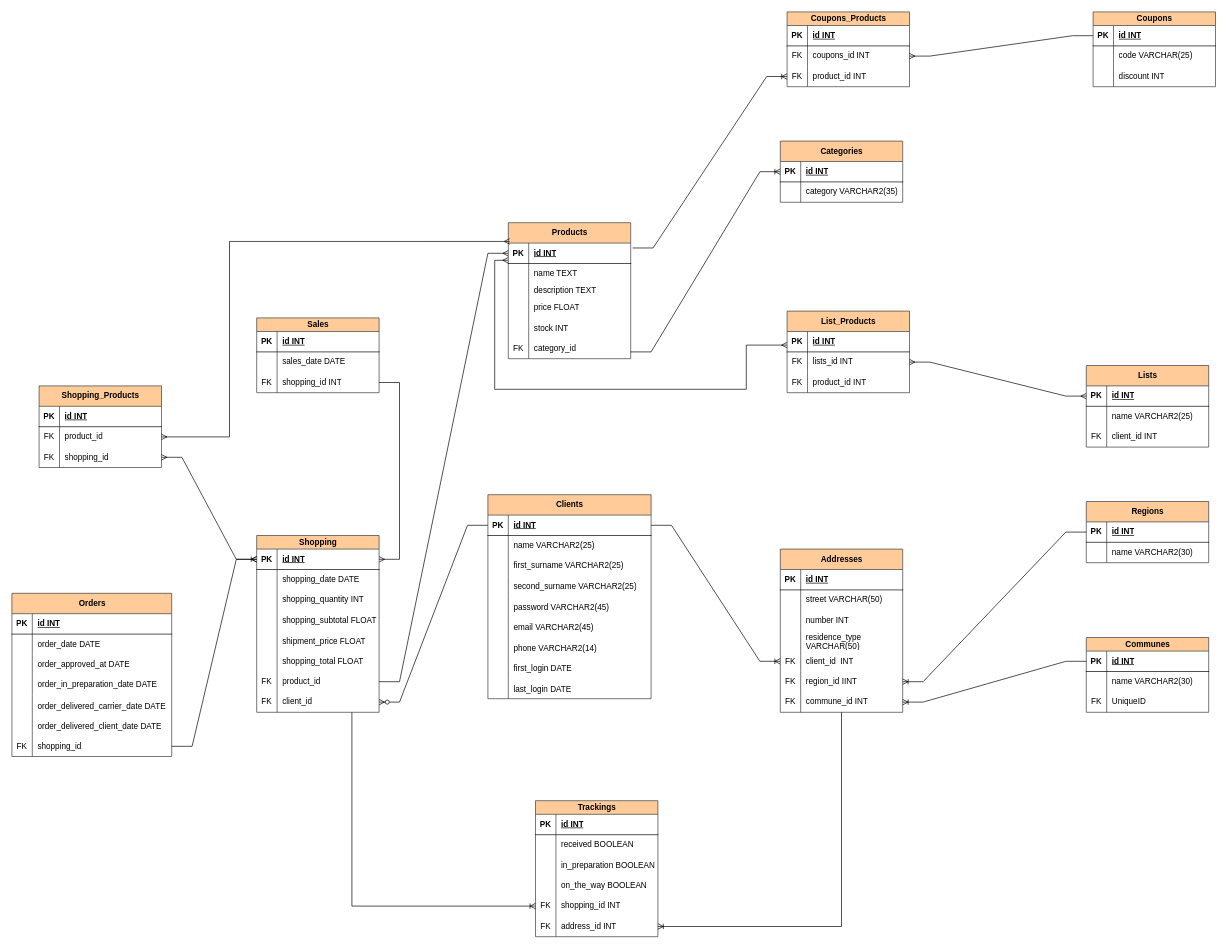
Earlier version of the draw.io diagram ecommerce-relational-model-db.drawio (ivansanmartin/ivsm-ecommerce-info). Source tidied: cells renumbered, new cells numbered last; positions are measured from the earlier drawing's top-left corner, leaving out a move shared by most shapes. Both pictures are drawn from the tidied source at 68%, with x=0, y=0 at pixel (12, 12).
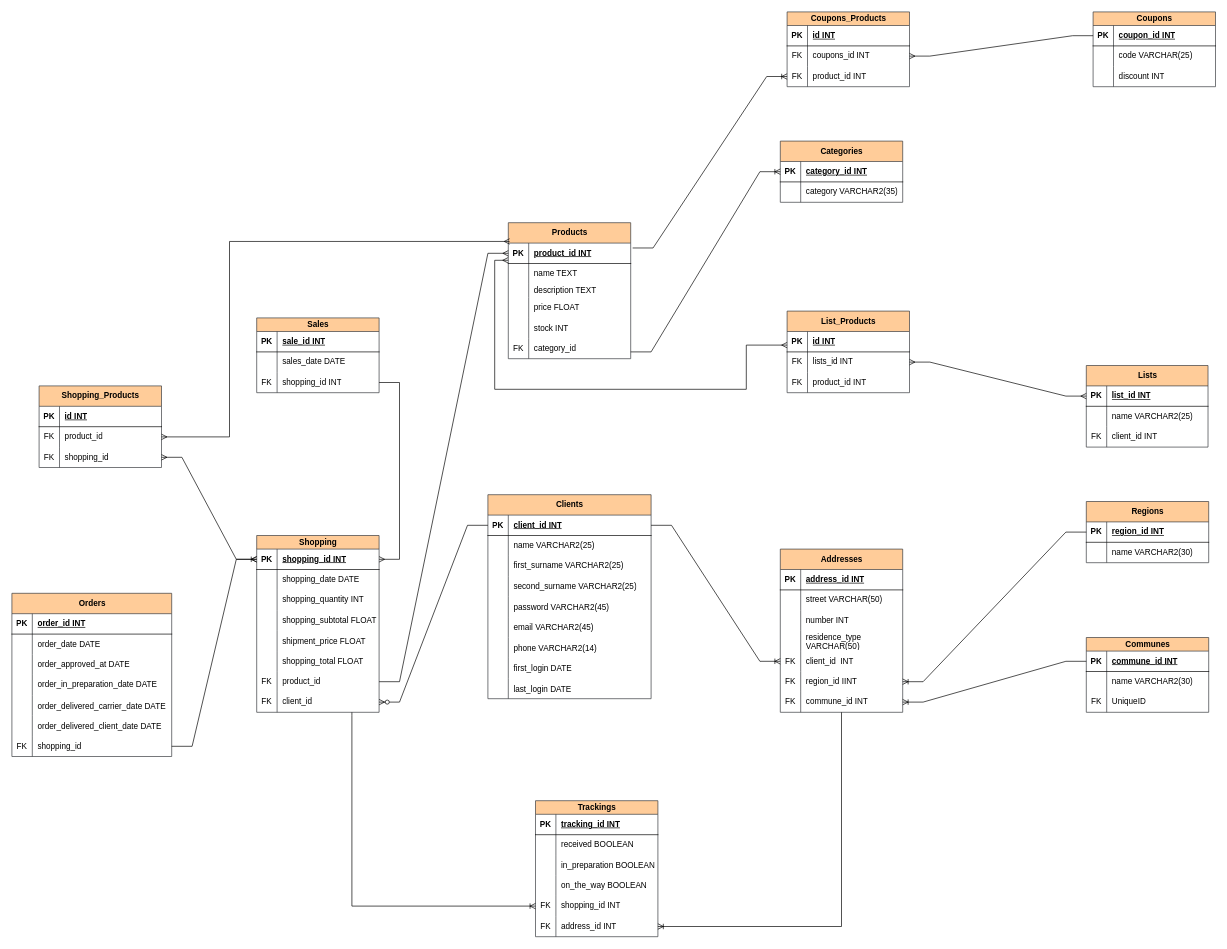
The same page after the edit.

Commit message:
update: ivsm-ecommerce relational diagram updated

The change refers to these unchanged cells:
```xml
<mxCell id="3" style="shape=tableRow;horizontal=0;startSize=0;swimlaneHead=0;swimlaneBody=0;fillColor=none;points=[[0,0.5],[1,0.5]];portConstraint=eastwest;top=0;left=0;right=0;bottom=1;" parent="2" vertex="1">
  <mxGeometry y="30" width="180" height="30" as="geometry" />
</mxCell>
<mxCell id="22" style="shape=tableRow;horizontal=0;startSize=0;swimlaneHead=0;swimlaneBody=0;fillColor=none;points=[[0,0.5],[1,0.5]];portConstraint=eastwest;top=0;left=0;right=0;bottom=1;" parent="21" vertex="1">
  <mxGeometry y="30" width="180" height="30" as="geometry" />
</mxCell>
<mxCell id="29" style="shape=tableRow;horizontal=0;startSize=0;swimlaneHead=0;swimlaneBody=0;fillColor=none;points=[[0,0.5],[1,0.5]];portConstraint=eastwest;top=0;left=0;right=0;bottom=1;" parent="28" vertex="1">
  <mxGeometry y="30" width="240" height="30" as="geometry" />
</mxCell>
<mxCell id="57" style="shape=tableRow;horizontal=0;startSize=0;swimlaneHead=0;swimlaneBody=0;fillColor=none;top=0;left=0;right=0;bottom=1;" parent="56" vertex="1">
  <mxGeometry y="30" width="180" height="30" as="geometry" />
</mxCell>
<mxCell id="79" style="shape=tableRow;horizontal=0;startSize=0;swimlaneHead=0;swimlaneBody=0;fillColor=none;points=[[0,0.5],[1,0.5]];portConstraint=eastwest;top=0;left=0;right=0;bottom=1;" parent="78" vertex="1">
  <mxGeometry y="30" width="180" height="30" as="geometry" />
</mxCell>
<mxCell id="86" style="shape=tableRow;horizontal=0;startSize=0;swimlaneHead=0;swimlaneBody=0;fillColor=none;points=[[0,0.5],[1,0.5]];portConstraint=eastwest;top=0;left=0;right=0;bottom=1;" parent="85" vertex="1">
  <mxGeometry y="20" width="180" height="30" as="geometry" />
</mxCell>
<mxCell id="96" style="shape=tableRow;horizontal=0;startSize=0;swimlaneHead=0;swimlaneBody=0;fillColor=none;points=[[0,0.5],[1,0.5]];portConstraint=eastwest;top=0;left=0;right=0;bottom=1;" parent="95" vertex="1">
  <mxGeometry y="20" width="180" height="30" as="geometry" />
</mxCell>
<mxCell id="122" style="shape=tableRow;horizontal=0;startSize=0;swimlaneHead=0;swimlaneBody=0;fillColor=none;top=0;left=0;right=0;bottom=1;" parent="121" vertex="1">
  <mxGeometry y="20" width="180" height="30" as="geometry" />
</mxCell>
<mxCell id="132" style="shape=tableRow;horizontal=0;startSize=0;swimlaneHead=0;swimlaneBody=0;fillColor=none;top=0;left=0;right=0;bottom=1;" parent="131" vertex="1">
  <mxGeometry y="20" width="180" height="30" as="geometry" />
</mxCell>
<mxCell id="171" style="shape=tableRow;horizontal=0;startSize=0;swimlaneHead=0;swimlaneBody=0;fillColor=none;points=[[0,0.5],[1,0.5]];portConstraint=eastwest;top=0;left=0;right=0;bottom=1;" parent="170" vertex="1">
  <mxGeometry y="20" width="180" height="30" as="geometry" />
</mxCell>
<mxCell id="216" style="shape=tableRow;horizontal=0;startSize=0;swimlaneHead=0;swimlaneBody=0;fillColor=none;top=0;left=0;right=0;bottom=1;" parent="215" vertex="1">
  <mxGeometry y="30" width="235" height="30" as="geometry" />
</mxCell>
```

What changed in the source:
```diff
@@
-    <mxCell id="5" value="id INT" style="shape=partialRectangle;fillColor=none;top=0;left=0;bottom=0;right=0;align=left;spacingLeft=6;fontStyle=5;overflow=hidden;whiteSpace=wrap;html=1;" parent="3" vertex="1">
+    <mxCell id="5" value="product_id INT" style="shape=partialRectangle;fillColor=none;top=0;left=0;bottom=0;right=0;align=left;spacingLeft=6;fontStyle=5;overflow=hidden;whiteSpace=wrap;html=1;" parent="3" vertex="1">
       <mxGeometry x="30" width="150" height="30" as="geometry" />
     </mxCell>
@@
-    <mxCell id="24" value="id INT" style="shape=partialRectangle;fillColor=none;top=0;left=0;bottom=0;right=0;align=left;spacingLeft=6;fontStyle=5;overflow=hidden;whiteSpace=wrap;html=1;" parent="22" vertex="1">
+    <mxCell id="24" value="category_id INT" style="shape=partialRectangle;fillColor=none;top=0;left=0;bottom=0;right=0;align=left;spacingLeft=6;fontStyle=5;overflow=hidden;whiteSpace=wrap;html=1;" parent="22" vertex="1">
       <mxGeometry x="30" width="150" height="30" as="geometry" />
     </mxCell>
@@
-    <mxCell id="31" value="id INT" style="shape=partialRectangle;fillColor=none;top=0;left=0;bottom=0;right=0;align=left;spacingLeft=6;fontStyle=5;overflow=hidden;whiteSpace=wrap;html=1;" parent="29" vertex="1">
+    <mxCell id="31" value="client_id INT" style="shape=partialRectangle;fillColor=none;top=0;left=0;bottom=0;right=0;align=left;spacingLeft=6;fontStyle=5;overflow=hidden;whiteSpace=wrap;html=1;" parent="29" vertex="1">
       <mxGeometry x="30" width="210" height="30" as="geometry" />
     </mxCell>
@@
-    <mxCell id="59" value="id INT" style="shape=partialRectangle;fillColor=none;top=0;left=0;bottom=0;right=0;align=left;spacingLeft=6;fontStyle=5;overflow=hidden;whiteSpace=wrap;html=1;" parent="57" vertex="1">
+    <mxCell id="59" value="address_id INT" style="shape=partialRectangle;fillColor=none;top=0;left=0;bottom=0;right=0;align=left;spacingLeft=6;fontStyle=5;overflow=hidden;whiteSpace=wrap;html=1;" parent="57" vertex="1">
       <mxGeometry x="30" width="150" height="30" as="geometry" />
     </mxCell>
@@
-    <mxCell id="81" value="id INT" style="shape=partialRectangle;fillColor=none;top=0;left=0;bottom=0;right=0;align=left;spacingLeft=6;fontStyle=5;overflow=hidden;whiteSpace=wrap;html=1;" parent="79" vertex="1">
+    <mxCell id="81" value="region_id INT" style="shape=partialRectangle;fillColor=none;top=0;left=0;bottom=0;right=0;align=left;spacingLeft=6;fontStyle=5;overflow=hidden;whiteSpace=wrap;html=1;" parent="79" vertex="1">
       <mxGeometry x="30" width="150" height="30" as="geometry" />
     </mxCell>
@@
-    <mxCell id="88" value="id INT" style="shape=partialRectangle;fillColor=none;top=0;left=0;bottom=0;right=0;align=left;spacingLeft=6;fontStyle=5;overflow=hidden;whiteSpace=wrap;html=1;" parent="86" vertex="1">
+    <mxCell id="88" value="commune_id INT" style="shape=partialRectangle;fillColor=none;top=0;left=0;bottom=0;right=0;align=left;spacingLeft=6;fontStyle=5;overflow=hidden;whiteSpace=wrap;html=1;" parent="86" vertex="1">
       <mxGeometry x="30" width="150" height="30" as="geometry" />
     </mxCell>
@@
-    <mxCell id="98" value="id INT" style="shape=partialRectangle;fillColor=none;top=0;left=0;bottom=0;right=0;align=left;spacingLeft=6;fontStyle=5;overflow=hidden;whiteSpace=wrap;html=1;" parent="96" vertex="1">
+    <mxCell id="98" value="shopping_id INT" style="shape=partialRectangle;fillColor=none;top=0;left=0;bottom=0;right=0;align=left;spacingLeft=6;fontStyle=5;overflow=hidden;whiteSpace=wrap;html=1;" parent="96" vertex="1">
       <mxGeometry x="30" width="150" height="30" as="geometry" />
     </mxCell>
@@
-    <mxCell id="124" value="id INT" style="shape=partialRectangle;fillColor=none;top=0;left=0;bottom=0;right=0;align=left;spacingLeft=6;fontStyle=5;overflow=hidden;whiteSpace=wrap;html=1;" parent="122" vertex="1">
+    <mxCell id="124" value="sale_id INT" style="shape=partialRectangle;fillColor=none;top=0;left=0;bottom=0;right=0;align=left;spacingLeft=6;fontStyle=5;overflow=hidden;whiteSpace=wrap;html=1;" parent="122" vertex="1">
       <mxGeometry x="30" width="150" height="30" as="geometry" />
     </mxCell>
@@
-    <mxCell id="134" value="id INT" style="shape=partialRectangle;fillColor=none;top=0;left=0;bottom=0;right=0;align=left;spacingLeft=6;fontStyle=5;overflow=hidden;whiteSpace=wrap;html=1;" parent="132" vertex="1">
+    <mxCell id="134" value="tracking_id INT" style="shape=partialRectangle;fillColor=none;top=0;left=0;bottom=0;right=0;align=left;spacingLeft=6;fontStyle=5;overflow=hidden;whiteSpace=wrap;html=1;" parent="132" vertex="1">
       <mxGeometry x="30" width="150" height="30" as="geometry" />
     </mxCell>
@@
     <mxCell id="160" value="&lt;div style=&quot;text-align: start;&quot;&gt;Lists&lt;/div&gt;" style="shape=table;startSize=30;childLayout=tableLayout;rowLines=0;fontStyle=1;align=center;html=1;fillColor=#ffcc99;strokeColor=#36393d;" parent="1" vertex="1">
-      <mxGeometry x="1580" y="520" width="180" height="120" as="geometry" />
+      <mxGeometry x="1580" y="520" width="179" height="120" as="geometry" />
     </mxCell>
     <mxCell id="161" style="shape=tableRow;horizontal=0;startSize=0;swimlaneHead=0;swimlaneBody=0;fillColor=none;points=[[0,0.5],[1,0.5]];portConstraint=eastwest;top=0;left=0;right=0;bottom=1;" parent="160" vertex="1">
-      <mxGeometry y="30" width="180" height="30" as="geometry" />
+      <mxGeometry y="30" width="179" height="30" as="geometry" />
     </mxCell>
@@
-    <mxCell id="163" value="id INT" style="shape=partialRectangle;fillColor=none;top=0;left=0;bottom=0;right=0;align=left;spacingLeft=6;fontStyle=5;overflow=hidden;whiteSpace=wrap;html=1;" parent="161" vertex="1">
-      <mxGeometry x="30" width="150" height="30" as="geometry" />
+    <mxCell id="163" value="list_id INT" style="shape=partialRectangle;fillColor=none;top=0;left=0;bottom=0;right=0;align=left;spacingLeft=6;fontStyle=5;overflow=hidden;whiteSpace=wrap;html=1;" parent="161" vertex="1">
+      <mxGeometry x="30" width="149" height="30" as="geometry" />
     </mxCell>
     <mxCell id="164" style="shape=tableRow;horizontal=0;startSize=0;swimlaneHead=0;swimlaneBody=0;fillColor=none;top=0;left=0;right=0;bottom=0;" parent="160" vertex="1">
-      <mxGeometry y="60" width="180" height="30" as="geometry" />
+      <mxGeometry y="60" width="179" height="30" as="geometry" />
     </mxCell>
@@
     <mxCell id="166" value="name VARCHAR2(25)" style="shape=partialRectangle;fillColor=none;top=0;left=0;bottom=0;right=0;align=left;spacingLeft=6;overflow=hidden;whiteSpace=wrap;html=1;" parent="164" vertex="1">
-      <mxGeometry x="30" width="150" height="30" as="geometry" />
+      <mxGeometry x="30" width="149" height="30" as="geometry" />
     </mxCell>
     <mxCell id="167" style="shape=tableRow;horizontal=0;startSize=0;swimlaneHead=0;swimlaneBody=0;fillColor=none;top=0;left=0;right=0;bottom=0;" parent="160" vertex="1">
-      <mxGeometry y="90" width="180" height="30" as="geometry" />
+      <mxGeometry y="90" width="179" height="30" as="geometry" />
     </mxCell>
@@
     <mxCell id="169" value="client_id INT" style="shape=partialRectangle;fillColor=none;top=0;left=0;bottom=0;right=0;align=left;spacingLeft=6;fontStyle=0;overflow=hidden;whiteSpace=wrap;html=1;" parent="167" vertex="1">
-      <mxGeometry x="30" width="150" height="30" as="geometry" />
+      <mxGeometry x="30" width="149" height="30" as="geometry" />
     </mxCell>
@@
-    <mxCell id="173" value="id INT" style="shape=partialRectangle;fillColor=none;top=0;left=0;bottom=0;right=0;align=left;spacingLeft=6;fontStyle=5;overflow=hidden;whiteSpace=wrap;html=1;" parent="171" vertex="1">
+    <mxCell id="173" value="coupon_id INT" style="shape=partialRectangle;fillColor=none;top=0;left=0;bottom=0;right=0;align=left;spacingLeft=6;fontStyle=5;overflow=hidden;whiteSpace=wrap;html=1;" parent="171" vertex="1">
       <mxGeometry x="30" width="150" height="30" as="geometry" />
     </mxCell>
@@
-    <mxCell id="218" value="id INT" style="shape=partialRectangle;fillColor=none;top=0;left=0;bottom=0;right=0;align=left;spacingLeft=6;fontStyle=5;overflow=hidden;whiteSpace=wrap;html=1;" parent="216" vertex="1">
+    <mxCell id="218" value="order_id INT" style="shape=partialRectangle;fillColor=none;top=0;left=0;bottom=0;right=0;align=left;spacingLeft=6;fontStyle=5;overflow=hidden;whiteSpace=wrap;html=1;" parent="216" vertex="1">
       <mxGeometry x="30" width="205" height="30" as="geometry" />
     </mxCell>
```
